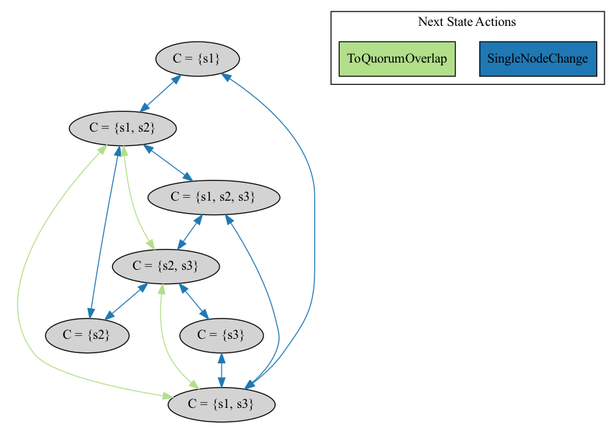
Before: notes/raft_reconfig_bug/quorums_n3.png, a diagram exported from Graphviz (will62794/logless-reconfig). Its source is kept beside it as notes/raft_reconfig_bug/quorums_n3.dot.
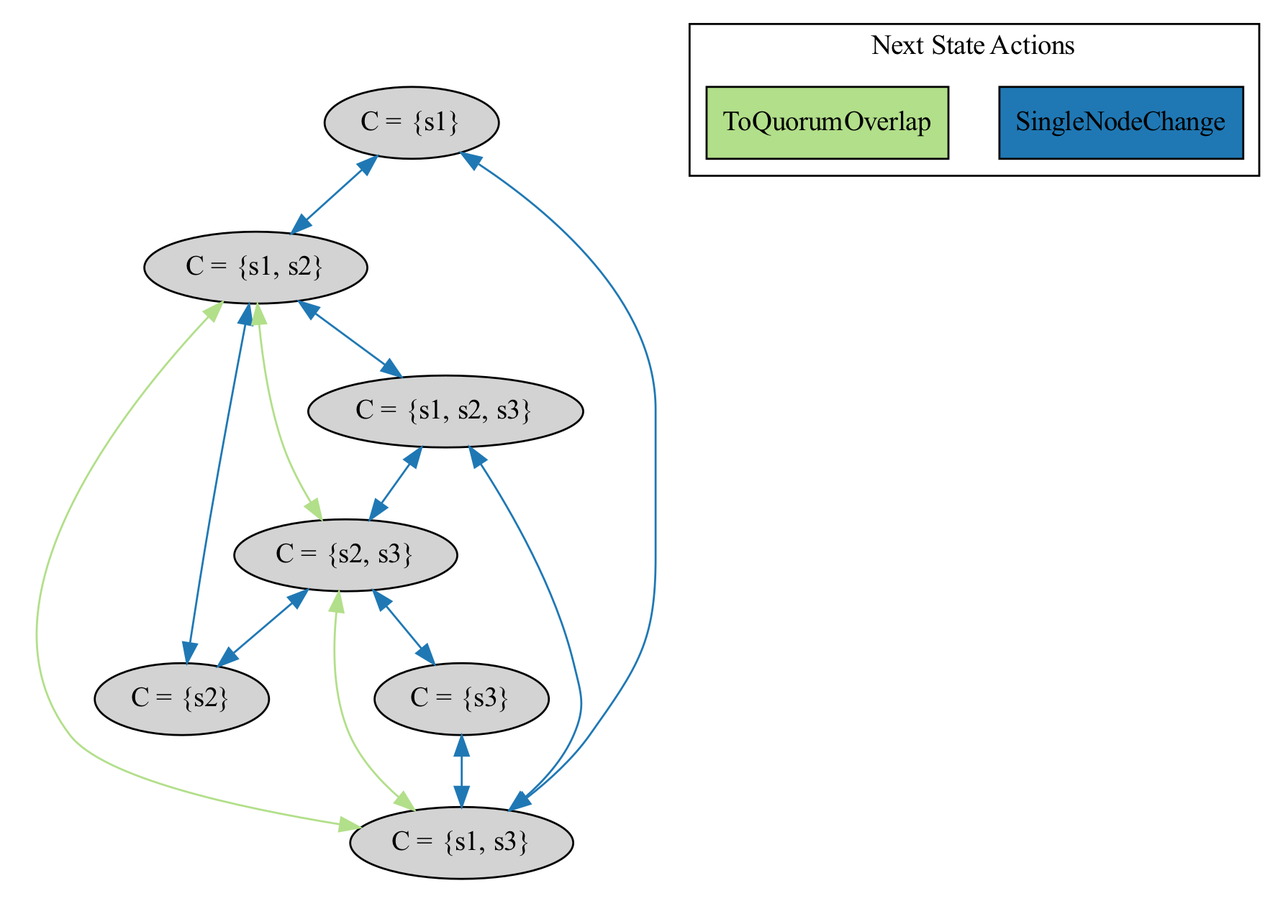
Later version of the same file.

What changed in the source:
```diff
@@ -3,37 +3,37 @@
 nodesep=0.35;concentrate=false;
 subgraph cluster_graph {
 color="white";
--1272779981742972117 [label="C = {s1}",style = filled]
-1672709541418505699 [label="C = {s2}",style = filled]
--6490144564870010890 [label="C = {s3}",style = filled]
--9154485508467734443 [label="C = {s1, s2}",style = filled]
-3615348705441643072 [label="C = {s1, s3}",style = filled]
--7275064081245309035 [label="C = {s2, s3}",style = filled]
--2053241676672690939 [label="C = {s1, s2, s3}",style = filled]
--1272779981742972117 -> -9154485508467734443 [label="",color="2",fontcolor="2"];
--1272779981742972117 -> 3615348705441643072 [label="",color="2",fontcolor="2"];
-1672709541418505699 -> -9154485508467734443 [label="",color="2",fontcolor="2"];
-1672709541418505699 -> -7275064081245309035 [label="",color="2",fontcolor="2"];
--6490144564870010890 -> 3615348705441643072 [label="",color="2",fontcolor="2"];
--6490144564870010890 -> -7275064081245309035 [label="",color="2",fontcolor="2"];
--9154485508467734443 -> 1672709541418505699 [label="",color="2",fontcolor="2"];
--9154485508467734443 -> -1272779981742972117 [label="",color="2",fontcolor="2"];
--9154485508467734443 -> -2053241676672690939 [label="",color="2",fontcolor="2"];
--9154485508467734443 -> 3615348705441643072 [label="",color="3",fontcolor="3"];
--9154485508467734443 -> -7275064081245309035 [label="",color="3",fontcolor="3"];
-3615348705441643072 -> -6490144564870010890 [label="",color="2",fontcolor="2"];
-3615348705441643072 -> -2053241676672690939 [label="",color="2",fontcolor="2"];
-3615348705441643072 -> -1272779981742972117 [label="",color="2",fontcolor="2"];
-3615348705441643072 -> -9154485508467734443 [label="",color="3",fontcolor="3"];
-3615348705441643072 -> -7275064081245309035 [label="",color="3",fontcolor="3"];
--7275064081245309035 -> -2053241676672690939 [label="",color="2",fontcolor="2"];
--7275064081245309035 -> -6490144564870010890 [label="",color="2",fontcolor="2"];
--7275064081245309035 -> 1672709541418505699 [label="",color="2",fontcolor="2"];
--7275064081245309035 -> -9154485508467734443 [label="",color="3",fontcolor="3"];
--7275064081245309035 -> 3615348705441643072 [label="",color="3",fontcolor="3"];
--2053241676672690939 -> -7275064081245309035 [label="",color="2",fontcolor="2"];
--2053241676672690939 -> 3615348705441643072 [label="",color="2",fontcolor="2"];
--2053241676672690939 -> -9154485508467734443 [label="",color="2",fontcolor="2"];
+-5271944105718700978 [label="C = {s1}",style = filled]
+-5865637944810623490 [label="C = {s2}",style = filled]
+6478020888551307695 [label="C = {s3}",style = filled]
+5817650234675118938 [label="C = {s1, s2}",style = filled]
+-6357975601022970101 [label="C = {s1, s3}",style = filled]
+-4232478155002067310 [label="C = {s2, s3}",style = filled]
+-2404627961473921826 [label="C = {s1, s2, s3}",style = filled]
+-5271944105718700978 -> 5817650234675118938 [label="",color="2",fontcolor="2"];
+-5271944105718700978 -> -6357975601022970101 [label="",color="2",fontcolor="2"];
+-5865637944810623490 -> 5817650234675118938 [label="",color="2",fontcolor="2"];
+-5865637944810623490 -> -4232478155002067310 [label="",color="2",fontcolor="2"];
+6478020888551307695 -> -6357975601022970101 [label="",color="2",fontcolor="2"];
+6478020888551307695 -> -4232478155002067310 [label="",color="2",fontcolor="2"];
+5817650234675118938 -> -5865637944810623490 [label="",color="2",fontcolor="2"];
+5817650234675118938 -> -5271944105718700978 [label="",color="2",fontcolor="2"];
+5817650234675118938 -> -2404627961473921826 [label="",color="2",fontcolor="2"];
+5817650234675118938 -> -6357975601022970101 [label="",color="3",fontcolor="3"];
+5817650234675118938 -> -4232478155002067310 [label="",color="3",fontcolor="3"];
+-6357975601022970101 -> 6478020888551307695 [label="",color="2",fontcolor="2"];
+-6357975601022970101 -> -2404627961473921826 [label="",color="2",fontcolor="2"];
+-6357975601022970101 -> -5271944105718700978 [label="",color="2",fontcolor="2"];
+-6357975601022970101 -> 5817650234675118938 [label="",color="3",fontcolor="3"];
+-6357975601022970101 -> -4232478155002067310 [label="",color="3",fontcolor="3"];
+-4232478155002067310 -> -2404627961473921826 [label="",color="2",fontcolor="2"];
+-4232478155002067310 -> 6478020888551307695 [label="",color="2",fontcolor="2"];
+-4232478155002067310 -> -5865637944810623490 [label="",color="2",fontcolor="2"];
+-4232478155002067310 -> 5817650234675118938 [label="",color="3",fontcolor="3"];
+-4232478155002067310 -> -6357975601022970101 [label="",color="3",fontcolor="3"];
+-2404627961473921826 -> -4232478155002067310 [label="",color="2",fontcolor="2"];
+-2404627961473921826 -> -6357975601022970101 [label="",color="2",fontcolor="2"];
+-2404627961473921826 -> 5817650234675118938 [label="",color="2",fontcolor="2"];
 
 }
 subgraph cluster_legend {graph[style=bold];label = "Next State Actions" style="solid"
```
